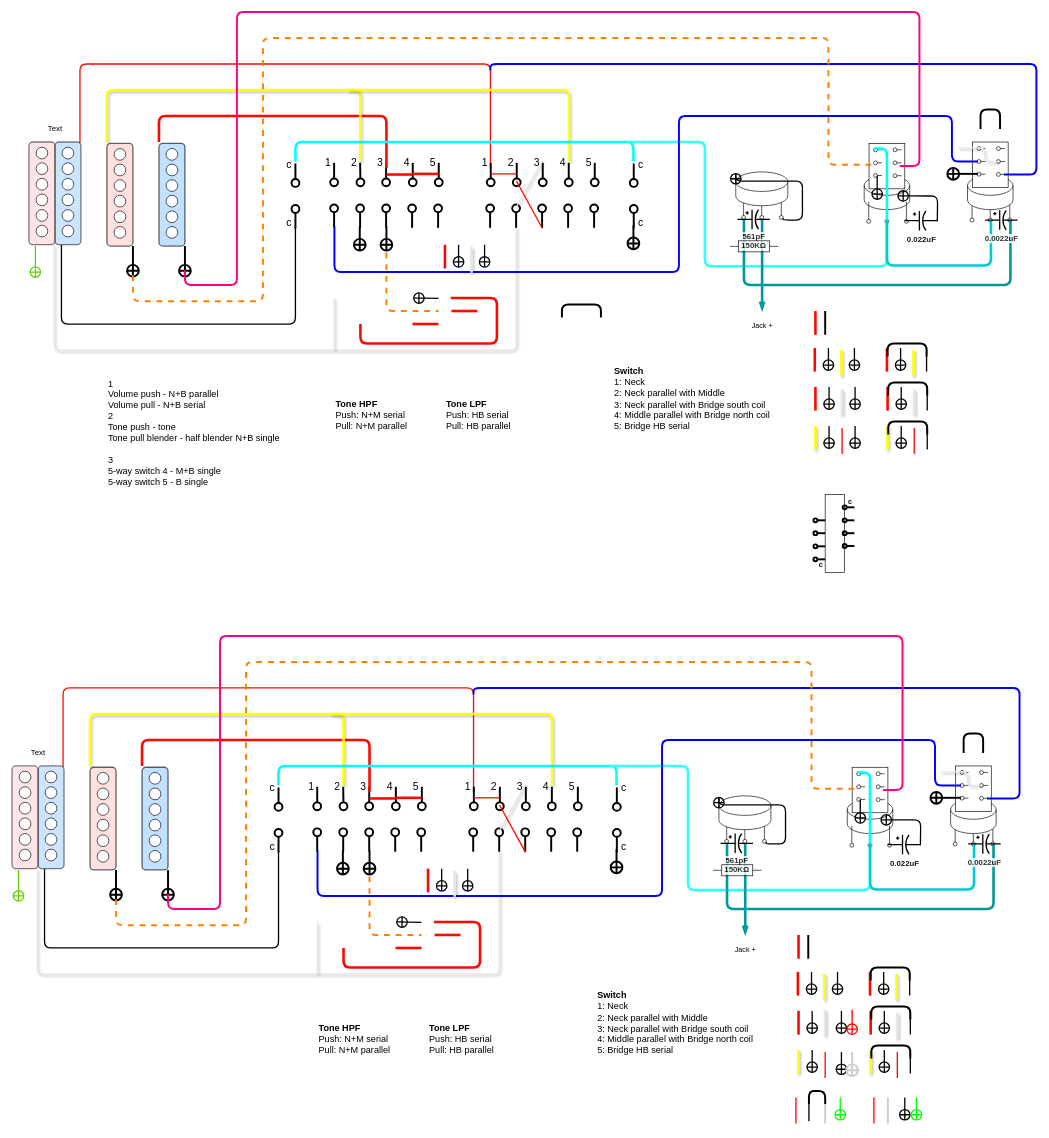
This is strat wiring.drawio from 7ak/draw.io, a draw.io file, before an edit. Source tidied: cells renumbered, new cells numbered last; positions are measured from the earlier drawing's top-left corner, leaving out a move shared by most shapes. Both pictures are drawn from the tidied source at 65%, with x=0, y=0 at pixel (12, 12).
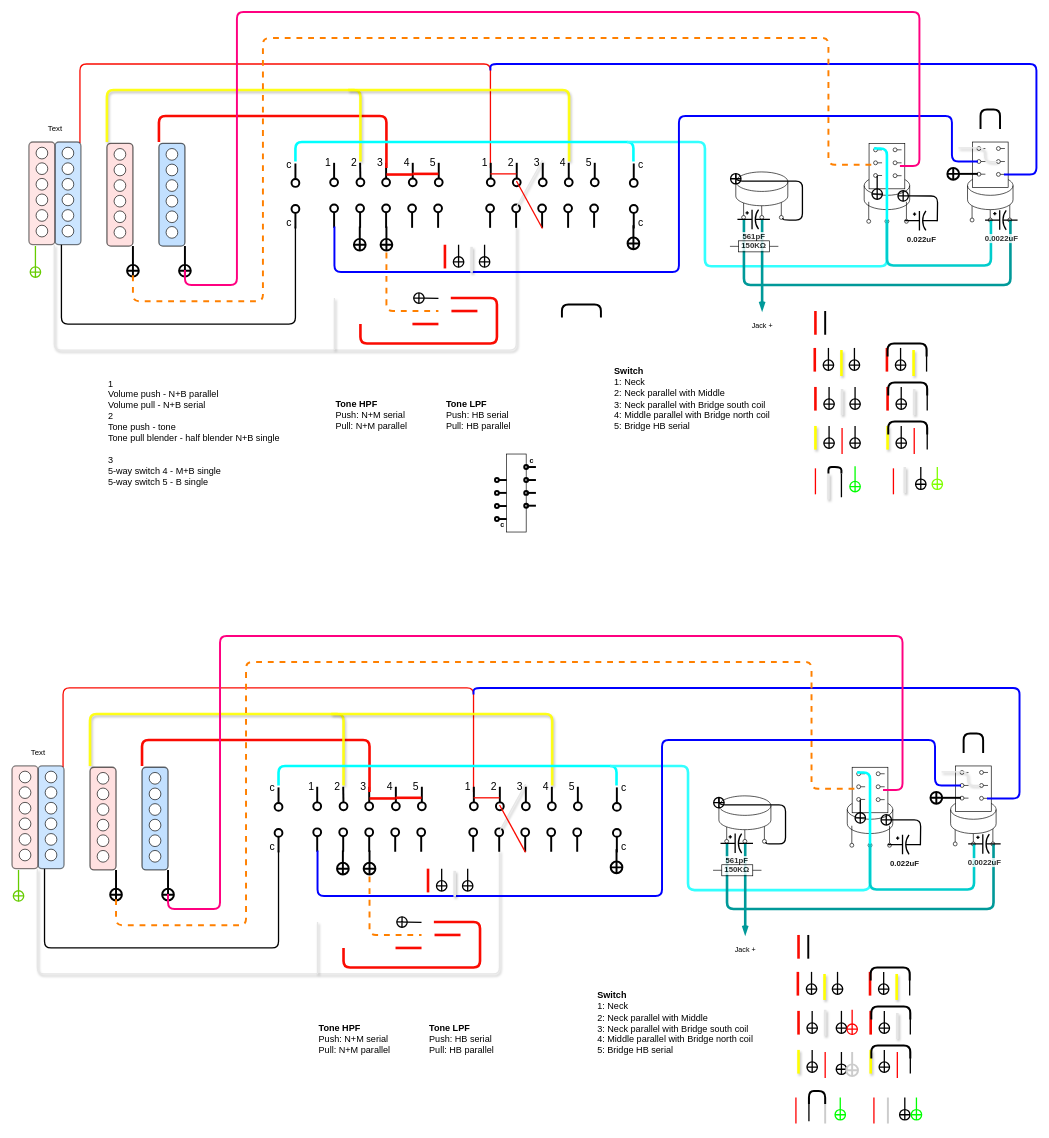
The same diagram, later.

Change to the diagram source:
```diff
@@
     <mxCell id="35" style="endArrow=none;html=1;startArrow=oval;startFill=0;strokeWidth=3;" parent="1" edge="1">
       <mxGeometry relative="1" as="geometry">
-        <mxPoint x="1236" y="801.8" as="sourcePoint" />
-        <mxPoint x="1251" y="801.8" as="targetPoint" />
+        <mxPoint x="746" y="739.8" as="sourcePoint" />
+        <mxPoint x="761" y="739.8" as="targetPoint" />
       </mxGeometry>
     </mxCell>
     <mxCell id="36" style="rounded=0;whiteSpace=wrap;html=1;" parent="1" vertex="1">
-      <mxGeometry x="1251" y="742" width="30" height="120" as="geometry" />
+      <mxGeometry x="761" y="680" width="30" height="120" as="geometry" />
     </mxCell>
     <mxCell id="37" style="endArrow=none;html=1;startArrow=oval;startFill=0;strokeWidth=3;entryX=0;entryY=0.286;entryDx=0;entryDy=0;entryPerimeter=0;" parent="1" edge="1">
       <mxGeometry relative="1" as="geometry">
-        <mxPoint x="1236" y="822" as="sourcePoint" />
-        <mxPoint x="1251" y="822" as="targetPoint" />
+        <mxPoint x="746" y="760" as="sourcePoint" />
+        <mxPoint x="761" y="760" as="targetPoint" />
       </mxGeometry>
     </mxCell>
     <mxCell id="38" style="endArrow=none;html=1;startArrow=oval;startFill=0;strokeWidth=3;entryX=0;entryY=0.286;entryDx=0;entryDy=0;entryPerimeter=0;" parent="1" edge="1">
       <mxGeometry relative="1" as="geometry">
-        <mxPoint x="1236" y="782" as="sourcePoint" />
-        <mxPoint x="1251" y="782" as="targetPoint" />
+        <mxPoint x="746" y="720" as="sourcePoint" />
+        <mxPoint x="761" y="720" as="targetPoint" />
       </mxGeometry>
     </mxCell>
     <mxCell id="39" value="c" style="endArrow=none;html=1;startArrow=oval;startFill=0;strokeWidth=3;entryX=0;entryY=0.286;entryDx=0;entryDy=0;entryPerimeter=0;spacing=9;spacingTop=17;fontStyle=1;" parent="1" edge="1">
       <mxGeometry relative="1" as="geometry">
-        <mxPoint x="1236" y="842" as="sourcePoint" />
-        <mxPoint x="1251" y="842" as="targetPoint" />
+        <mxPoint x="746" y="780" as="sourcePoint" />
+        <mxPoint x="761" y="780" as="targetPoint" />
       </mxGeometry>
     </mxCell>
     <mxCell id="40" style="endArrow=none;html=1;startArrow=oval;startFill=0;strokeWidth=3;" parent="1" edge="1">
       <mxGeometry relative="1" as="geometry">
-        <mxPoint x="1281" y="821.5" as="sourcePoint" />
-        <mxPoint x="1296" y="821.5" as="targetPoint" />
+        <mxPoint x="791" y="759.5" as="sourcePoint" />
+        <mxPoint x="806" y="759.5" as="targetPoint" />
       </mxGeometry>
     </mxCell>
     <mxCell id="41" style="endArrow=none;html=1;startArrow=oval;startFill=0;strokeWidth=3;entryX=0;entryY=0.286;entryDx=0;entryDy=0;entryPerimeter=0;" parent="1" edge="1">
       <mxGeometry relative="1" as="geometry">
-        <mxPoint x="1281" y="801.8" as="sourcePoint" />
-        <mxPoint x="1296" y="801.8" as="targetPoint" />
+        <mxPoint x="791" y="739.8" as="sourcePoint" />
+        <mxPoint x="806" y="739.8" as="targetPoint" />
       </mxGeometry>
     </mxCell>
     <mxCell id="42" style="endArrow=none;html=1;startArrow=oval;startFill=0;strokeWidth=3;entryX=0;entryY=0.286;entryDx=0;entryDy=0;entryPerimeter=0;" parent="1" edge="1">
       <mxGeometry relative="1" as="geometry">
-        <mxPoint x="1281" y="782" as="sourcePoint" />
-        <mxPoint x="1296" y="782" as="targetPoint" />
+        <mxPoint x="791" y="720" as="sourcePoint" />
+        <mxPoint x="806" y="720" as="targetPoint" />
         <Array as="points">
-          <mxPoint x="1296" y="782" />
+          <mxPoint x="806" y="720" />
         </Array>
       </mxGeometry>
     </mxCell>
     <mxCell id="43" value="c" style="endArrow=none;html=1;startArrow=oval;startFill=0;strokeWidth=3;entryX=0;entryY=0.286;entryDx=0;entryDy=0;entryPerimeter=0;jumpSize=0;spacingTop=-19;fontStyle=1;" parent="1" edge="1">
       <mxGeometry relative="1" as="geometry">
-        <mxPoint x="1281" y="762" as="sourcePoint" />
-        <mxPoint x="1296" y="762" as="targetPoint" />
+        <mxPoint x="791" y="700" as="sourcePoint" />
+        <mxPoint x="806" y="700" as="targetPoint" />
       </mxGeometry>
     </mxCell>
@@
+    <mxCell id="340" style="endArrow=none;html=1;strokeWidth=2;fillColor=#f8cecc;strokeColor=#00FF00;startArrow=circlePlus;startFill=0;" parent="1" edge="1">
+      <mxGeometry relative="1" as="geometry">
+        <mxPoint x="1297" y="740" as="sourcePoint" />
+        <mxPoint x="1297" y="698.8" as="targetPoint" />
+      </mxGeometry>
+    </mxCell>
@@
+    <mxCell id="341" style="endArrow=none;html=1;strokeWidth=2;fillColor=#f8cecc;strokeColor=#FF0000;shadow=0;" parent="1" edge="1">
+      <mxGeometry relative="1" as="geometry">
+        <mxPoint x="1236" y="702" as="sourcePoint" />
+        <mxPoint x="1236" y="742" as="targetPoint" />
+      </mxGeometry>
+    </mxCell>
@@
+    <mxCell id="342" style="endArrow=none;html=1;strokeWidth=2;fillColor=#f8cecc;strokeColor=#80FF00;startArrow=circlePlus;startFill=0;" parent="1" edge="1">
+      <mxGeometry relative="1" as="geometry">
+        <mxPoint x="1423.5" y="736.5" as="sourcePoint" />
+        <mxPoint x="1423.5" y="700" as="targetPoint" />
+      </mxGeometry>
+    </mxCell>
@@
+    <mxCell id="343" style="endArrow=none;html=1;strokeWidth=2;fillColor=#f8cecc;strokeColor=#000000;startArrow=circlePlus;startFill=0;" parent="1" edge="1">
+      <mxGeometry relative="1" as="geometry">
+        <mxPoint x="1398.1" y="736.5" as="sourcePoint" />
+        <mxPoint x="1398.1" y="700" as="targetPoint" />
+      </mxGeometry>
+    </mxCell>
@@
+    <mxCell id="344" style="endArrow=none;html=1;strokeWidth=2;fillColor=#f8cecc;strokeColor=#FF0000;shadow=0;" parent="1" edge="1">
+      <mxGeometry relative="1" as="geometry">
+        <mxPoint x="1356" y="702" as="sourcePoint" />
+        <mxPoint x="1356" y="742" as="targetPoint" />
+      </mxGeometry>
+    </mxCell>
@@
+    <mxCell id="345" style="endArrow=none;html=1;strokeWidth=4;fillColor=#f8cecc;strokeColor=#E6E6E6;shadow=1;" parent="1" edge="1">
+      <mxGeometry relative="1" as="geometry">
+        <mxPoint x="1256" y="710" as="sourcePoint" />
+        <mxPoint x="1256" y="750" as="targetPoint" />
+      </mxGeometry>
+    </mxCell>
@@
+    <mxCell id="346" style="endArrow=none;html=1;strokeWidth=2;fillColor=#f8cecc;strokeColor=#000000;startArrow=none;startFill=0;" parent="1" edge="1">
+      <mxGeometry relative="1" as="geometry">
+        <mxPoint x="1276" y="746.5" as="sourcePoint" />
+        <mxPoint x="1276" y="710" as="targetPoint" />
+      </mxGeometry>
+    </mxCell>
@@
+    <mxCell id="347" style="endArrow=none;html=1;strokeWidth=3;fillColor=#f8cecc;startArrow=none;startFill=0;edgeStyle=orthogonalEdgeStyle;" parent="1" edge="1">
+      <mxGeometry relative="1" as="geometry">
+        <mxPoint x="1276" y="710" as="sourcePoint" />
+        <mxPoint x="1256" y="710" as="targetPoint" />
+        <Array as="points">
+          <mxPoint x="1276" y="700" />
+          <mxPoint x="1256" y="700" />
+        </Array>
+      </mxGeometry>
+    </mxCell>
@@
+    <mxCell id="348" style="endArrow=none;html=1;strokeWidth=4;fillColor=#f8cecc;strokeColor=#E6E6E6;shadow=1;" parent="1" edge="1">
+      <mxGeometry relative="1" as="geometry">
+        <mxPoint x="1373.5" y="700" as="sourcePoint" />
+        <mxPoint x="1373.5" y="740" as="targetPoint" />
+      </mxGeometry>
+    </mxCell>
```
